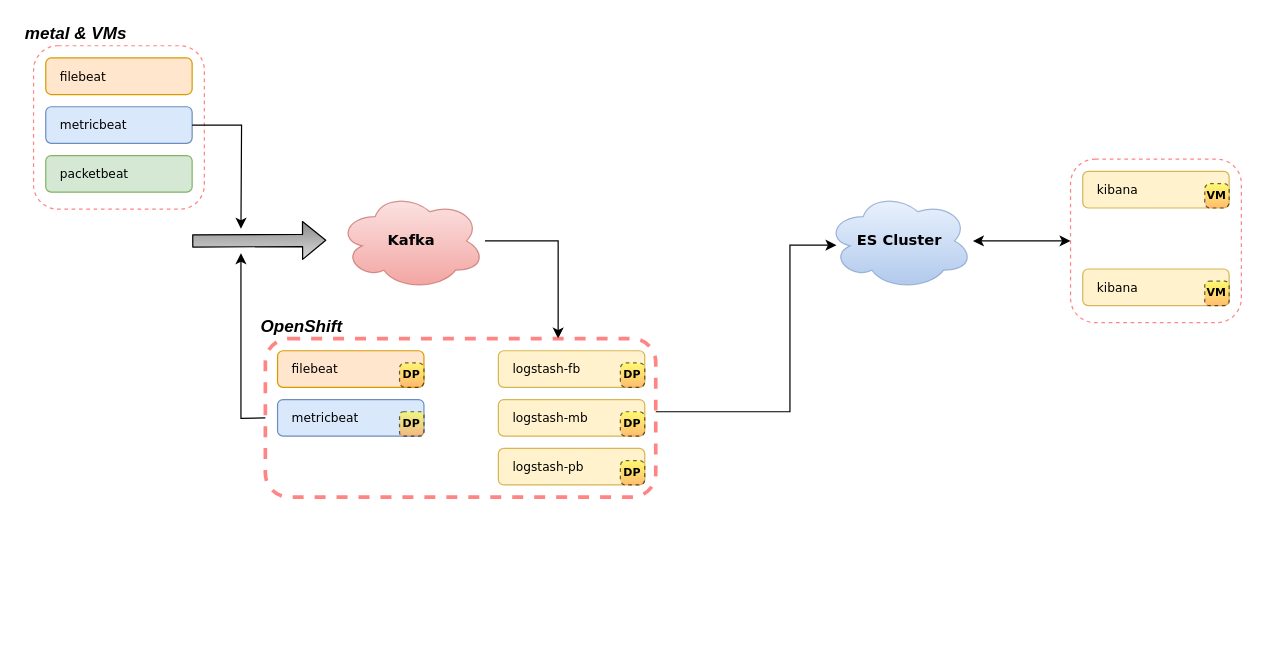
Before: architecture/belk_kafka_k8s_w_logstash_w_beats.drawio in slmingol/diagram_assets, a draw.io diagram. Source tidied: cells renumbered, new cells numbered last; positions are measured from the earlier drawing's top-left corner, leaving out a move shared by most shapes. Both pictures are drawn from the tidied source at 122%, with x=0, y=0 at pixel (21, 21).
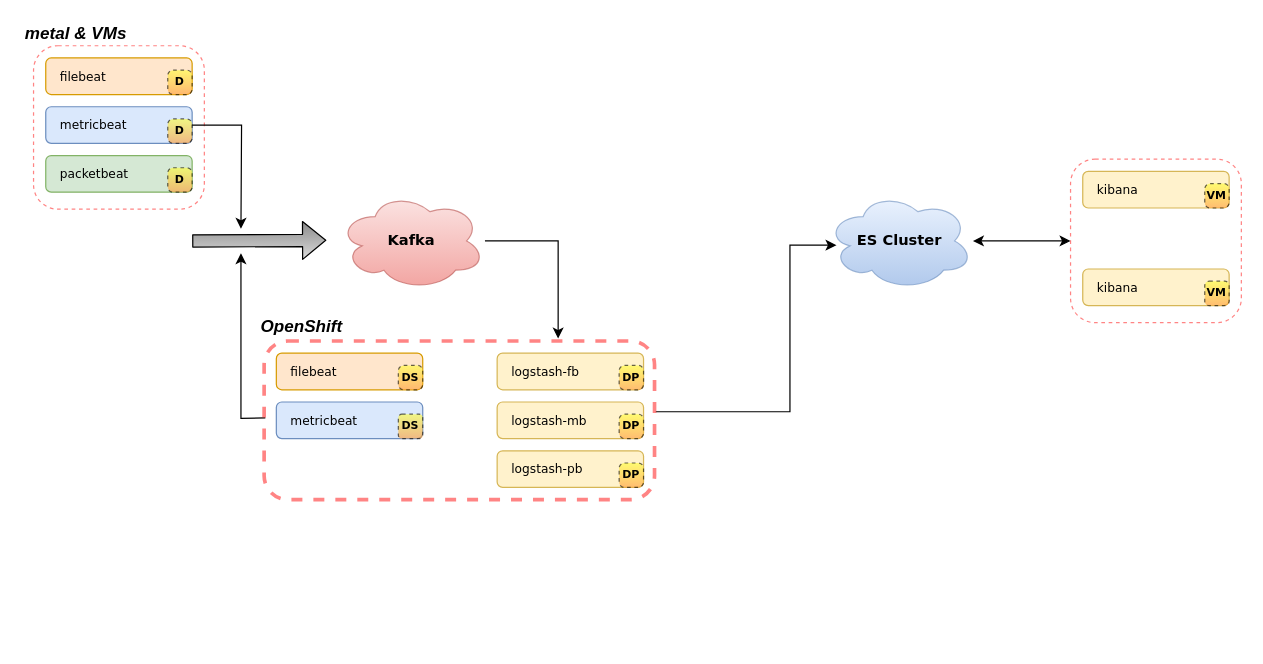
After the change.

Unchanged cells that the change refers to:
```xml
<mxCell id="3" value="&lt;div style=&quot;text-align: center; font-size: 12px;&quot;&gt;&lt;span style=&quot;font-size: 12px;&quot;&gt;Kafka&lt;/span&gt;&lt;/div&gt;" style="ellipse;shape=cloud;whiteSpace=wrap;html=1;rounded=0;strokeColor=#b85450;strokeWidth=1;fillColor=#f8cecc;gradientColor=#ea6b66;fontFamily=Verdana;fontSize=12;opacity=60;align=center;fontStyle=1;" parent="1" vertex="1">
  <mxGeometry x="260" y="140" width="120" height="80" as="geometry" />
</mxCell>
<mxCell id="4" style="group;" parent="1" vertex="1">
  <mxGeometry x="10" y="20" width="140" height="134" as="geometry" />
</mxCell>
```

The edit, as a diff of the source:
```diff
@@
-    <mxCell id="2" style="edgeStyle=orthogonalEdgeStyle;rounded=0;jettySize=auto;html=1;entryX=0.75;entryY=0;entryDx=0;entryDy=0;startArrow=none;startFill=0;fillColor=#8A8A8A;gradientColor=#DBDBDB;fontSize=14;" parent="1" edge="1" source="3">
+    <mxCell id="2" style="edgeStyle=orthogonalEdgeStyle;rounded=0;jettySize=auto;html=1;startArrow=none;startFill=0;fillColor=#8A8A8A;gradientColor=#DBDBDB;fontSize=14;" parent="1" edge="1" source="3">
       <mxGeometry relative="1" as="geometry">
         <mxPoint x="440" y="260" as="targetPoint" />
         <Array as="points">
           <mxPoint x="440" y="180" />
         </Array>
       </mxGeometry>
     </mxCell>
@@
+    <mxCell id="38" value="D" style="rounded=1;whiteSpace=wrap;html=1;fontSize=9;fontStyle=1;gradientColor=#FF9933;fillColor=#FFFF33;fontFamily=Verdana;dashed=1;opacity=60;arcSize=22;" parent="4" vertex="1">
+      <mxGeometry x="110" y="20" width="20" height="20" as="geometry" />
+    </mxCell>
+    <mxCell id="39" value="D" style="rounded=1;whiteSpace=wrap;html=1;fontSize=9;fontStyle=1;gradientColor=#FF9933;fillColor=#FFFF33;fontFamily=Verdana;dashed=1;opacity=60;arcSize=22;" parent="4" vertex="1">
+      <mxGeometry x="110" y="60" width="20" height="20" as="geometry" />
+    </mxCell>
+    <mxCell id="40" value="D" style="rounded=1;whiteSpace=wrap;html=1;fontSize=9;fontStyle=1;gradientColor=#FF9933;fillColor=#FFFF33;fontFamily=Verdana;dashed=1;opacity=60;arcSize=22;" parent="4" vertex="1">
+      <mxGeometry x="110" y="100" width="20" height="20" as="geometry" />
+    </mxCell>
@@
-    <mxCell id="23" style="group;" parent="1" vertex="1">
-      <mxGeometry x="200" y="260" width="320" height="250" as="geometry" />
-    </mxCell>
-    <mxCell id="24" style="group;" parent="1" vertex="1">
-      <mxGeometry x="200" y="260" width="320" height="130" as="geometry" />
-    </mxCell>
+    <mxCell id="41" style="group;" parent="1" vertex="1">
+      <mxGeometry x="199" y="262" width="320" height="130" as="geometry" />
+    </mxCell>
-    <mxCell id="25" style="rounded=1;whiteSpace=wrap;html=1;strokeColor=#FF3333;strokeWidth=3;fillColor=none;fontFamily=Verdana;fontSize=10;opacity=60;align=left;dashed=1;" parent="24" vertex="1">
+    <mxCell id="25" style="rounded=1;whiteSpace=wrap;html=1;strokeColor=#FF3333;strokeWidth=3;fillColor=none;fontFamily=Verdana;fontSize=10;opacity=60;align=left;dashed=1;" parent="41" vertex="1">
       <mxGeometry width="320" height="130" as="geometry" />
     </mxCell>
-    <mxCell id="26" value="filebeat" style="rounded=1;whiteSpace=wrap;html=1;strokeColor=#d79b00;strokeWidth=1;fillColor=#ffe6cc;fontFamily=Verdana;fontSize=10;align=left;spacingLeft=10;" parent="24" vertex="1">
+    <mxCell id="26" value="filebeat" style="rounded=1;whiteSpace=wrap;html=1;strokeColor=#d79b00;strokeWidth=1;fillColor=#ffe6cc;fontFamily=Verdana;fontSize=10;align=left;spacingLeft=10;" parent="41" vertex="1">
       <mxGeometry x="10" y="10" width="120" height="30" as="geometry" />
     </mxCell>
-    <mxCell id="27" value="metricbeat" style="rounded=1;whiteSpace=wrap;html=1;strokeColor=#6c8ebf;strokeWidth=1;fillColor=#dae8fc;fontFamily=Verdana;fontSize=10;align=left;spacingLeft=10;" parent="24" vertex="1">
+    <mxCell id="27" value="metricbeat" style="rounded=1;whiteSpace=wrap;html=1;strokeColor=#6c8ebf;strokeWidth=1;fillColor=#dae8fc;fontFamily=Verdana;fontSize=10;align=left;spacingLeft=10;" parent="41" vertex="1">
       <mxGeometry x="10" y="50" width="120" height="30" as="geometry" />
     </mxCell>
-    <mxCell id="28" value="DP" style="rounded=1;whiteSpace=wrap;html=1;fontSize=9;fontStyle=1;gradientColor=#FF9933;fillColor=#FFFF33;fontFamily=Verdana;dashed=1;opacity=60;arcSize=22;" parent="24" vertex="1">
-      <mxGeometry x="110" y="20" width="20" height="20" as="geometry" />
-    </mxCell>
-    <mxCell id="29" value="DP" style="rounded=1;whiteSpace=wrap;html=1;fontSize=9;fontStyle=1;gradientColor=#FF9933;fillColor=#FFFF33;fontFamily=Verdana;dashed=1;opacity=60;" parent="24" vertex="1">
-      <mxGeometry x="110" y="60" width="20" height="20" as="geometry" />
-    </mxCell>
+    <mxCell id="42" value="DS" style="rounded=1;whiteSpace=wrap;html=1;fontSize=9;fontStyle=1;gradientColor=#FF9933;fillColor=#FFFF33;fontFamily=Verdana;dashed=1;opacity=60;arcSize=22;" parent="41" vertex="1">
+      <mxGeometry x="110" y="20" width="20" height="20" as="geometry" />
+    </mxCell>
+    <mxCell id="43" value="DS" style="rounded=1;whiteSpace=wrap;html=1;fontSize=9;fontStyle=1;gradientColor=#FF9933;fillColor=#FFFF33;fontFamily=Verdana;dashed=1;opacity=60;" parent="41" vertex="1">
+      <mxGeometry x="110" y="60" width="20" height="20" as="geometry" />
+    </mxCell>
-    <mxCell id="30" style="edgeStyle=orthogonalEdgeStyle;rounded=0;orthogonalLoop=1;jettySize=auto;html=1;exitX=0.5;exitY=1;exitDx=0;exitDy=0;startArrow=none;startFill=0;fontSize=14;" parent="24" edge="1" source="25" target="25">
+    <mxCell id="30" style="edgeStyle=orthogonalEdgeStyle;rounded=0;orthogonalLoop=1;jettySize=auto;html=1;exitX=0.5;exitY=1;exitDx=0;exitDy=0;startArrow=none;startFill=0;fontSize=14;" parent="41" edge="1" source="25" target="25">
       <mxGeometry relative="1" as="geometry" />
     </mxCell>
-    <mxCell id="31" value="logstash-fb" style="rounded=1;whiteSpace=wrap;html=1;strokeColor=#d6b656;strokeWidth=1;fillColor=#fff2cc;fontFamily=Verdana;fontSize=10;align=left;spacingLeft=10;" parent="24" vertex="1">
+    <mxCell id="31" value="logstash-fb" style="rounded=1;whiteSpace=wrap;html=1;strokeColor=#d6b656;strokeWidth=1;fillColor=#fff2cc;fontFamily=Verdana;fontSize=10;align=left;spacingLeft=10;" parent="41" vertex="1">
       <mxGeometry x="191" y="10" width="120" height="30" as="geometry" />
     </mxCell>
-    <mxCell id="32" value="DP" style="rounded=1;whiteSpace=wrap;html=1;fontSize=9;fontStyle=1;gradientColor=#FF9933;fillColor=#FFFF33;fontFamily=Verdana;dashed=1;opacity=60;arcSize=22;" parent="24" vertex="1">
+    <mxCell id="32" value="DP" style="rounded=1;whiteSpace=wrap;html=1;fontSize=9;fontStyle=1;gradientColor=#FF9933;fillColor=#FFFF33;fontFamily=Verdana;dashed=1;opacity=60;arcSize=22;" parent="41" vertex="1">
       <mxGeometry x="291" y="20" width="20" height="20" as="geometry" />
     </mxCell>
-    <mxCell id="33" value="logstash-mb" style="rounded=1;whiteSpace=wrap;html=1;strokeColor=#d6b656;strokeWidth=1;fillColor=#fff2cc;fontFamily=Verdana;fontSize=10;align=left;spacingLeft=10;" parent="24" vertex="1">
+    <mxCell id="33" value="logstash-mb" style="rounded=1;whiteSpace=wrap;html=1;strokeColor=#d6b656;strokeWidth=1;fillColor=#fff2cc;fontFamily=Verdana;fontSize=10;align=left;spacingLeft=10;" parent="41" vertex="1">
       <mxGeometry x="191" y="50" width="120" height="30" as="geometry" />
     </mxCell>
-    <mxCell id="34" value="DP" style="rounded=1;whiteSpace=wrap;html=1;fontSize=9;fontStyle=1;gradientColor=#FF9933;fillColor=#FFFF33;fontFamily=Verdana;dashed=1;opacity=60;arcSize=22;" parent="24" vertex="1">
+    <mxCell id="34" value="DP" style="rounded=1;whiteSpace=wrap;html=1;fontSize=9;fontStyle=1;gradientColor=#FF9933;fillColor=#FFFF33;fontFamily=Verdana;dashed=1;opacity=60;arcSize=22;" parent="41" vertex="1">
       <mxGeometry x="291" y="60" width="20" height="20" as="geometry" />
     </mxCell>
-    <mxCell id="35" value="logstash-pb" style="rounded=1;whiteSpace=wrap;html=1;strokeColor=#d6b656;strokeWidth=1;fillColor=#fff2cc;fontFamily=Verdana;fontSize=10;align=left;spacingLeft=10;" parent="24" vertex="1">
+    <mxCell id="35" value="logstash-pb" style="rounded=1;whiteSpace=wrap;html=1;strokeColor=#d6b656;strokeWidth=1;fillColor=#fff2cc;fontFamily=Verdana;fontSize=10;align=left;spacingLeft=10;" parent="41" vertex="1">
       <mxGeometry x="191" y="90" width="120" height="30" as="geometry" />
     </mxCell>
-    <mxCell id="36" value="DP" style="rounded=1;whiteSpace=wrap;html=1;fontSize=9;fontStyle=1;gradientColor=#FF9933;fillColor=#FFFF33;fontFamily=Verdana;dashed=1;opacity=60;arcSize=22;" parent="24" vertex="1">
+    <mxCell id="36" value="DP" style="rounded=1;whiteSpace=wrap;html=1;fontSize=9;fontStyle=1;gradientColor=#FF9933;fillColor=#FFFF33;fontFamily=Verdana;dashed=1;opacity=60;arcSize=22;" parent="41" vertex="1">
       <mxGeometry x="291" y="100" width="20" height="20" as="geometry" />
     </mxCell>
```
